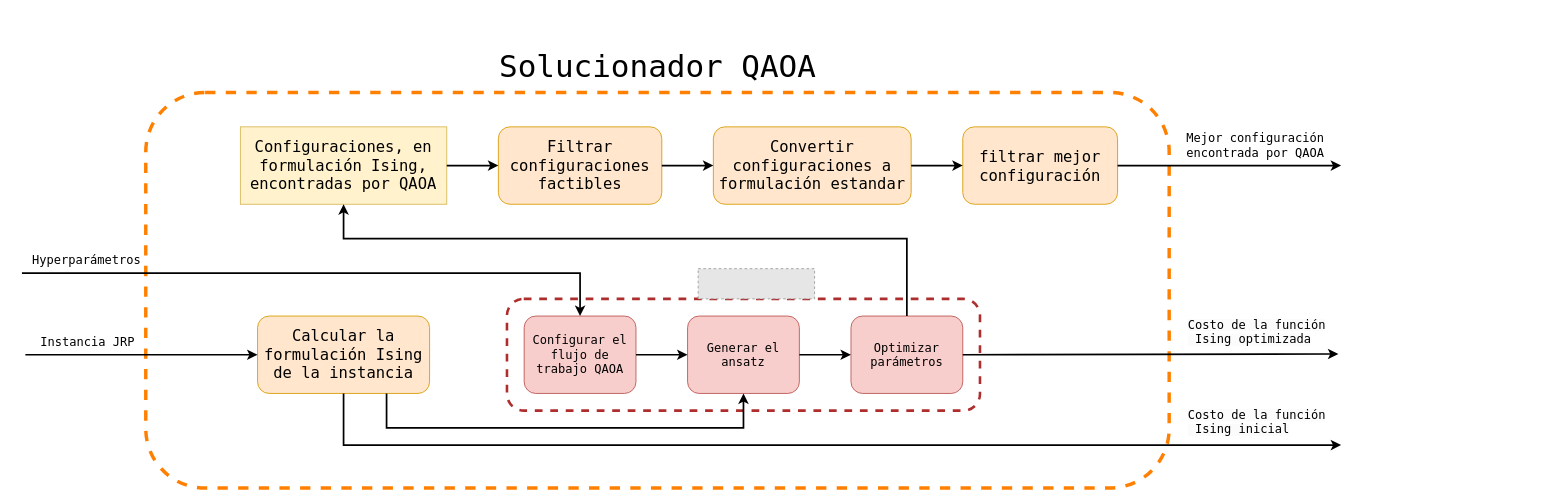
The draw.io diagram page "solucionadorQAOA" (7 of 12) of experiment_testQAOASolver/design/experiment_design.drawio in AdrianoLusso/QuantumComputing_for_JobReassignmentProblem, before the edit. Source tidied: cells renumbered, new cells numbered last; positions are measured from the earlier drawing's top-left corner, leaving out a move shared by most shapes. Both pictures are drawn from the tidied source at 86%, with x=0, y=0 at pixel (22, 40). Pictures stored in the file or linked from it are replaced by grey dashed boxes.
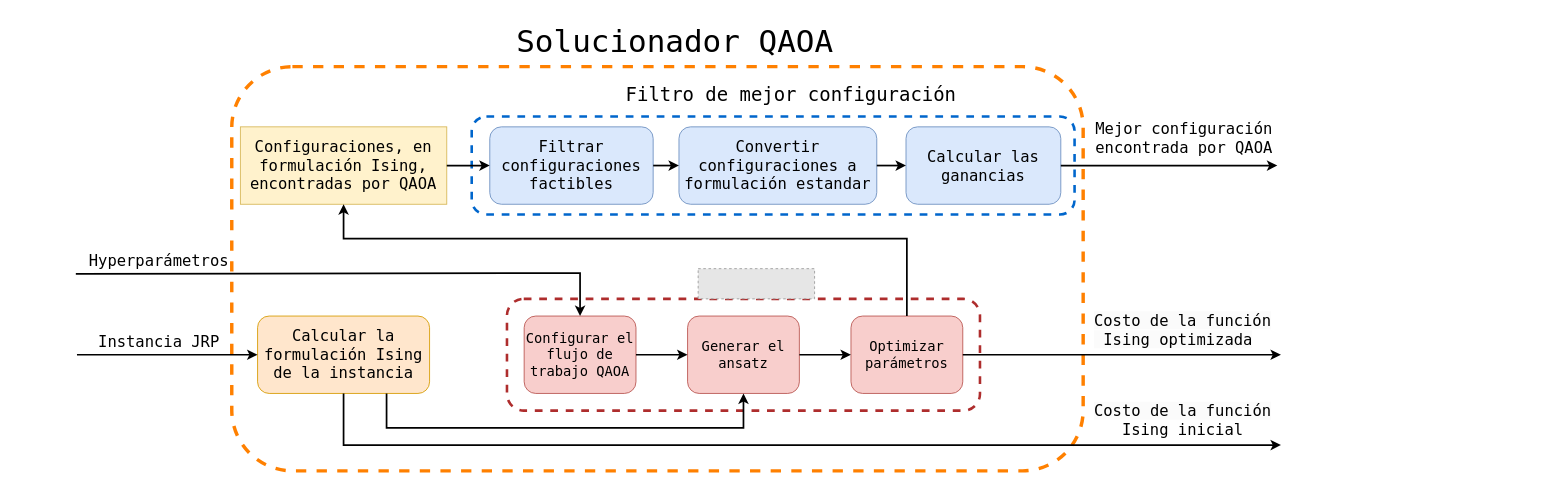
The same page after the edit.

The change refers to these unchanged cells:
```xml
<mxCell id="5" value="&lt;font style=&quot;font-size: 18px;&quot; face=&quot;Lucida Console&quot;&gt;Calcular la formulación Ising de la instancia&lt;/font&gt;" style="rounded=1;whiteSpace=wrap;html=1;fillColor=#ffe6cc;strokeColor=#d79b00;" parent="1" vertex="1">
  <mxGeometry x="274" y="320" width="200" height="90" as="geometry" />
</mxCell>
```

Change to the diagram source:
```diff
@@
+    <mxCell id="3" style="rounded=1;whiteSpace=wrap;html=1;fillColor=none;strokeColor=#FF8000;dashed=1;strokeWidth=4;" parent="1" vertex="1">
+      <mxGeometry x="244" y="30" width="990" height="470" as="geometry" />
+    </mxCell>
+    <mxCell id="31" style="rounded=1;whiteSpace=wrap;html=1;strokeWidth=3;fillColor=none;strokeColor=#0066CC;dashed=1;" parent="1" vertex="1">
+      <mxGeometry x="523" y="88" width="701" height="114" as="geometry" />
+    </mxCell>
@@
-    <mxCell id="3" style="rounded=1;whiteSpace=wrap;html=1;fillColor=none;strokeColor=#FF8000;dashed=1;strokeWidth=4;" parent="1" vertex="1">
-      <mxGeometry x="144" y="60" width="1190" height="460" as="geometry" />
-    </mxCell>
     <mxCell id="4" value="&lt;font face=&quot;Lucida Console&quot; style=&quot;font-size: 36px;&quot;&gt;Solucionador QAOA&lt;/font&gt;" style="text;html=1;align=center;verticalAlign=middle;strokeColor=none;fillColor=none;" parent="1" vertex="1">
-      <mxGeometry x="544" width="390" height="60" as="geometry" />
+      <mxGeometry x="564" y="-30" width="390" height="60" as="geometry" />
     </mxCell>
@@
-    <mxCell id="6" value="&lt;font style=&quot;font-size: 14px;&quot; face=&quot;Lucida Console&quot;&gt;Configurar el flujo de trabajo QAOA&lt;/font&gt;" style="rounded=1;whiteSpace=wrap;html=1;fillColor=#f8cecc;strokeColor=#b85450;" parent="1" vertex="1">
+    <mxCell id="6" value="&lt;font style=&quot;font-size: 16px;&quot; face=&quot;Lucida Console&quot;&gt;Configurar el flujo de trabajo QAOA&lt;/font&gt;" style="rounded=1;whiteSpace=wrap;html=1;fillColor=#f8cecc;strokeColor=#b85450;" parent="1" vertex="1">
       <mxGeometry x="584" y="320" width="130" height="90" as="geometry" />
     </mxCell>
-    <mxCell id="7" value="&lt;font face=&quot;Lucida Console&quot; style=&quot;font-size: 14px;&quot;&gt;Generar el ansatz&lt;/font&gt;" style="rounded=1;whiteSpace=wrap;html=1;fillColor=#f8cecc;strokeColor=#b85450;" parent="1" vertex="1">
+    <mxCell id="7" value="&lt;font face=&quot;Lucida Console&quot; style=&quot;font-size: 16px;&quot;&gt;Generar el ansatz&lt;/font&gt;" style="rounded=1;whiteSpace=wrap;html=1;fillColor=#f8cecc;strokeColor=#b85450;" parent="1" vertex="1">
       <mxGeometry x="774" y="320" width="130" height="90" as="geometry" />
     </mxCell>
@@
     <mxCell id="10" style="endArrow=classic;html=1;rounded=0;entryX=0;entryY=0.5;entryDx=0;entryDy=0;strokeWidth=2;" parent="1" edge="1" target="5">
       <mxGeometry relative="1" as="geometry">
-        <mxPoint x="4" y="365" as="sourcePoint" />
+        <mxPoint x="64" y="365" as="sourcePoint" />
       </mxGeometry>
     </mxCell>
-    <mxCell id="11" value="&lt;font face=&quot;Lucida Console&quot; style=&quot;font-size: 14px;&quot;&gt;Instancia JRP&lt;/font&gt;" style="text;html=1;align=center;verticalAlign=middle;strokeColor=none;fillColor=none;" parent="1" vertex="1">
-      <mxGeometry x="11" y="335" width="130" height="30" as="geometry" />
+    <mxCell id="11" value="&lt;font face=&quot;Lucida Console&quot; style=&quot;font-size: 18px;&quot;&gt;Instancia JRP&lt;/font&gt;" style="text;html=1;align=center;verticalAlign=middle;strokeColor=none;fillColor=none;" parent="1" vertex="1">
+      <mxGeometry x="79" y="330" width="160" height="40" as="geometry" />
     </mxCell>
-    <mxCell id="12" style="endArrow=classic;html=1;rounded=0;entryX=0.5;entryY=0;entryDx=0;entryDy=0;strokeWidth=2;exitX=0;exitY=1;exitDx=0;exitDy=0;exitPerimeter=0;" parent="1" edge="1" source="13" target="6">
+    <mxCell id="12" style="endArrow=classic;html=1;rounded=0;entryX=0.5;entryY=0;entryDx=0;entryDy=0;strokeWidth=2;exitX=-0.007;exitY=0.899;exitDx=0;exitDy=0;exitPerimeter=0;" parent="1" edge="1" source="13" target="6">
       <mxGeometry relative="1" as="geometry">
         <Array as="points">
           <mxPoint x="649" y="270" />
         </Array>
       </mxGeometry>
     </mxCell>
-    <mxCell id="13" value="&lt;font face=&quot;Lucida Console&quot; style=&quot;font-size: 14px;&quot;&gt;Hyperparámetros&lt;/font&gt;" style="text;html=1;align=center;verticalAlign=middle;points=[];strokeColor=none;fillColor=none;" parent="1" vertex="1">
-      <mxGeometry y="240" width="150" height="30" as="geometry" />
+    <mxCell id="13" value="&lt;font face=&quot;Lucida Console&quot; style=&quot;font-size: 18px;&quot;&gt;Hyperparámetros&lt;/font&gt;" style="text;html=1;align=center;verticalAlign=middle;points=[];strokeColor=none;fillColor=none;" parent="1" vertex="1">
+      <mxGeometry x="64" y="235" width="190" height="40" as="geometry" />
     </mxCell>
-    <mxCell id="14" value="&lt;font face=&quot;Lucida Console&quot;&gt;&lt;span style=&quot;font-size: 14px;&quot;&gt;Optimizar parámetros&lt;/span&gt;&lt;/font&gt;" style="rounded=1;whiteSpace=wrap;html=1;fillColor=#f8cecc;strokeColor=#b85450;" parent="1" vertex="1">
+    <mxCell id="14" value="&lt;font style=&quot;font-size: 16px;&quot; face=&quot;Lucida Console&quot;&gt;Optimizar parámetros&lt;/font&gt;" style="rounded=1;whiteSpace=wrap;html=1;fillColor=#f8cecc;strokeColor=#b85450;" parent="1" vertex="1">
       <mxGeometry x="964" y="320" width="130" height="90" as="geometry" />
     </mxCell>
@@
-    <mxCell id="18" value="&lt;font face=&quot;Lucida Console&quot;&gt;&lt;span style=&quot;font-size: 18px;&quot;&gt;Convertir configuraciones a formulación estandar&lt;/span&gt;&lt;/font&gt;" style="rounded=1;whiteSpace=wrap;html=1;fillColor=#ffe6cc;strokeColor=#d79b00;" parent="1" vertex="1">
-      <mxGeometry x="804" y="100" width="230" height="90" as="geometry" />
+    <mxCell id="18" value="&lt;font face=&quot;Lucida Console&quot;&gt;&lt;span style=&quot;font-size: 18px;&quot;&gt;Convertir configuraciones a formulación estandar&lt;/span&gt;&lt;/font&gt;" style="rounded=1;whiteSpace=wrap;html=1;fillColor=#dae8fc;strokeColor=#6c8ebf;" parent="1" vertex="1">
+      <mxGeometry x="764" y="100" width="230" height="90" as="geometry" />
     </mxCell>
-    <mxCell id="19" value="&lt;font face=&quot;Lucida Console&quot;&gt;&lt;span style=&quot;font-size: 18px;&quot;&gt;filtrar mejor configuración&lt;/span&gt;&lt;/font&gt;" style="rounded=1;whiteSpace=wrap;html=1;fillColor=#ffe6cc;strokeColor=#d79b00;" parent="1" vertex="1">
-      <mxGeometry x="1094" y="100" width="180" height="90" as="geometry" />
+    <mxCell id="19" value="&lt;font face=&quot;Lucida Console&quot;&gt;&lt;span style=&quot;font-size: 18px;&quot;&gt;Calcular las ganancias&lt;/span&gt;&lt;/font&gt;" style="rounded=1;whiteSpace=wrap;html=1;fillColor=#dae8fc;strokeColor=#6c8ebf;" parent="1" vertex="1">
+      <mxGeometry x="1028" y="100" width="180" height="90" as="geometry" />
     </mxCell>
     <mxCell id="20" style="endArrow=classic;html=1;rounded=0;exitX=0.5;exitY=1;exitDx=0;exitDy=0;strokeWidth=2;" parent="1" edge="1" source="5">
       <mxGeometry relative="1" as="geometry">
-        <mxPoint x="1534" y="470" as="targetPoint" />
+        <mxPoint x="1464" y="470" as="targetPoint" />
         <Array as="points">
           <mxPoint x="374" y="470" />
         </Array>
       </mxGeometry>
     </mxCell>
-    <mxCell id="21" style="endArrow=classic;html=1;rounded=0;exitX=1;exitY=0.5;exitDx=0;exitDy=0;strokeWidth=2;entryX=0.421;entryY=0.982;entryDx=0;entryDy=0;entryPerimeter=0;" parent="1" edge="1" source="14" target="22">
-      <mxGeometry relative="1" as="geometry" />
+    <mxCell id="21" style="endArrow=classic;html=1;rounded=0;exitX=1;exitY=0.5;exitDx=0;exitDy=0;strokeWidth=2;" parent="1" edge="1" source="14">
+      <mxGeometry relative="1" as="geometry">
+        <mxPoint x="1464" y="365" as="targetPoint" />
+      </mxGeometry>
     </mxCell>
-    <mxCell id="22" value="&lt;span style=&quot;color: rgb(0, 0, 0); font-family: &amp;quot;Lucida Console&amp;quot;; font-style: normal; font-variant-ligatures: normal; font-variant-caps: normal; font-weight: 400; letter-spacing: normal; orphans: 2; text-align: center; text-indent: 0px; text-transform: none; widows: 2; word-spacing: 0px; -webkit-text-stroke-width: 0px; white-space: normal; background-color: rgb(251, 251, 251); text-decoration-thickness: initial; text-decoration-style: initial; text-decoration-color: initial; float: none; display: inline !important;&quot;&gt;&lt;font style=&quot;font-size: 14px;&quot;&gt;Costo de la función&lt;/font&gt;&lt;/span&gt;&lt;div&gt;&lt;span style=&quot;color: rgb(0, 0, 0); font-family: &amp;quot;Lucida Console&amp;quot;; font-style: normal; font-variant-ligatures: normal; font-variant-caps: normal; font-weight: 400; letter-spacing: normal; orphans: 2; text-align: center; text-indent: 0px; text-transform: none; widows: 2; word-spacing: 0px; -webkit-text-stroke-width: 0px; white-space: normal; background-color: rgb(251, 251, 251); text-decoration-thickness: initial; text-decoration-style: initial; text-decoration-color: initial; float: none; display: inline !important;&quot;&gt;&lt;font style=&quot;font-size: 14px;&quot;&gt;&amp;nbsp;Ising optimizada&lt;/font&gt;&lt;/span&gt;&lt;/div&gt;" style="text;whiteSpace=wrap;html=1;" parent="1" vertex="1">
-      <mxGeometry x="1354" y="315" width="420" height="50" as="geometry" />
+    <mxCell id="22" value="&lt;span style=&quot;color: rgb(0, 0, 0); font-family: &amp;quot;Lucida Console&amp;quot;; font-style: normal; font-variant-ligatures: normal; font-variant-caps: normal; font-weight: 400; letter-spacing: normal; orphans: 2; text-align: center; text-indent: 0px; text-transform: none; widows: 2; word-spacing: 0px; -webkit-text-stroke-width: 0px; white-space: normal; background-color: rgb(251, 251, 251); text-decoration-thickness: initial; text-decoration-style: initial; text-decoration-color: initial; float: none; display: inline !important; font-size: 18px;&quot;&gt;&lt;font style=&quot;font-size: 18px;&quot;&gt;Costo de la función&lt;/font&gt;&lt;/span&gt;&lt;div style=&quot;font-size: 18px;&quot;&gt;&lt;span style=&quot;color: rgb(0, 0, 0); font-family: &amp;quot;Lucida Console&amp;quot;; font-style: normal; font-variant-ligatures: normal; font-variant-caps: normal; font-weight: 400; letter-spacing: normal; orphans: 2; text-align: center; text-indent: 0px; text-transform: none; widows: 2; word-spacing: 0px; -webkit-text-stroke-width: 0px; white-space: normal; background-color: rgb(251, 251, 251); text-decoration-thickness: initial; text-decoration-style: initial; text-decoration-color: initial; float: none; display: inline !important;&quot;&gt;&lt;font style=&quot;font-size: 18px;&quot;&gt;&amp;nbsp;Ising optimizada&lt;/font&gt;&lt;/span&gt;&lt;/div&gt;" style="text;whiteSpace=wrap;html=1;" parent="1" vertex="1">
+      <mxGeometry x="1245" y="308" width="420" height="50" as="geometry" />
     </mxCell>
-    <mxCell id="23" value="&lt;span style=&quot;color: rgb(0, 0, 0); font-family: &amp;quot;Lucida Console&amp;quot;; font-style: normal; font-variant-ligatures: normal; font-variant-caps: normal; font-weight: 400; letter-spacing: normal; orphans: 2; text-align: center; text-indent: 0px; text-transform: none; widows: 2; word-spacing: 0px; -webkit-text-stroke-width: 0px; white-space: normal; background-color: rgb(251, 251, 251); text-decoration-thickness: initial; text-decoration-style: initial; text-decoration-color: initial; float: none; display: inline !important;&quot;&gt;&lt;font style=&quot;font-size: 14px;&quot;&gt;Costo de la función&lt;/font&gt;&lt;/span&gt;&lt;div&gt;&lt;span style=&quot;color: rgb(0, 0, 0); font-family: &amp;quot;Lucida Console&amp;quot;; font-style: normal; font-variant-ligatures: normal; font-variant-caps: normal; font-weight: 400; letter-spacing: normal; orphans: 2; text-align: center; text-indent: 0px; text-transform: none; widows: 2; word-spacing: 0px; -webkit-text-stroke-width: 0px; white-space: normal; background-color: rgb(251, 251, 251); text-decoration-thickness: initial; text-decoration-style: initial; text-decoration-color: initial; float: none; display: inline !important;&quot;&gt;&lt;font style=&quot;font-size: 14px;&quot;&gt;&amp;nbsp;Ising inicial&lt;/font&gt;&lt;/span&gt;&lt;/div&gt;" style="text;whiteSpace=wrap;html=1;" parent="1" vertex="1">
-      <mxGeometry x="1354" y="420" width="420" height="50" as="geometry" />
+    <mxCell id="23" value="&lt;span style=&quot;color: rgb(0, 0, 0); font-family: &amp;quot;Lucida Console&amp;quot;; font-style: normal; font-variant-ligatures: normal; font-variant-caps: normal; font-weight: 400; letter-spacing: normal; orphans: 2; text-indent: 0px; text-transform: none; widows: 2; word-spacing: 0px; -webkit-text-stroke-width: 0px; white-space: normal; background-color: rgb(251, 251, 251); text-decoration-thickness: initial; text-decoration-style: initial; text-decoration-color: initial; float: none; font-size: 18px; display: inline !important;&quot;&gt;&lt;font style=&quot;font-size: 18px;&quot;&gt;Costo de la función&lt;/font&gt;&lt;/span&gt;&lt;div&gt;&lt;span style=&quot;font-size: 18px; font-family: &amp;quot;Lucida Console&amp;quot;;&quot;&gt;Ising inicial&lt;/span&gt;&lt;/div&gt;" style="text;whiteSpace=wrap;html=1;align=center;" parent="1" vertex="1">
+      <mxGeometry x="1210" y="413" width="280" height="50" as="geometry" />
     </mxCell>
-    <mxCell id="24" value="&lt;font face=&quot;Lucida Console&quot; style=&quot;font-size: 14px;&quot;&gt;Mejor configuración&lt;/font&gt;&lt;div style=&quot;font-size: 14px;&quot;&gt;&lt;font face=&quot;Lucida Console&quot; style=&quot;font-size: 14px;&quot;&gt;encontrada por QAOA&lt;/font&gt;&lt;/div&gt;" style="text;html=1;align=center;verticalAlign=middle;points=[];strokeColor=none;fillColor=none;" parent="1" vertex="1">
-      <mxGeometry x="1344" y="96" width="180" height="50" as="geometry" />
+    <mxCell id="24" value="&lt;font face=&quot;Lucida Console&quot; style=&quot;font-size: 18px;&quot;&gt;Mejor configuración&lt;/font&gt;&lt;div style=&quot;font-size: 18px;&quot;&gt;&lt;font face=&quot;Lucida Console&quot; style=&quot;font-size: 18px;&quot;&gt;encontrada por QAOA&lt;/font&gt;&lt;/div&gt;" style="text;html=1;align=center;verticalAlign=middle;points=[];strokeColor=none;fillColor=none;" parent="1" vertex="1">
+      <mxGeometry x="1236" y="84" width="230" height="60" as="geometry" />
     </mxCell>
-    <mxCell id="25" style="endArrow=classic;html=1;rounded=0;exitX=1;exitY=0.5;exitDx=0;exitDy=0;strokeWidth=2;" parent="1" edge="1" source="19">
-      <mxGeometry relative="1" as="geometry">
-        <mxPoint x="1534" y="145" as="targetPoint" />
-      </mxGeometry>
+    <mxCell id="25" style="endArrow=classic;html=1;rounded=0;exitX=1;exitY=0.5;exitDx=0;exitDy=0;strokeWidth=2;entryX=0.973;entryY=1.017;entryDx=0;entryDy=0;entryPerimeter=0;" parent="1" edge="1" source="19" target="24">
+      <mxGeometry relative="1" as="geometry" />
     </mxCell>
@@
-    <mxCell id="27" value="&lt;font face=&quot;Lucida Console&quot;&gt;&lt;span style=&quot;font-size: 18px;&quot;&gt;Filtrar configuraciones factibles&lt;/span&gt;&lt;/font&gt;" style="rounded=1;whiteSpace=wrap;html=1;fillColor=#ffe6cc;strokeColor=#d79b00;" parent="1" vertex="1">
-      <mxGeometry x="554" y="100" width="190" height="90" as="geometry" />
+    <mxCell id="27" value="&lt;font face=&quot;Lucida Console&quot;&gt;&lt;span style=&quot;font-size: 18px;&quot;&gt;Filtrar configuraciones factibles&lt;/span&gt;&lt;/font&gt;" style="rounded=1;whiteSpace=wrap;html=1;fillColor=#dae8fc;strokeColor=#6c8ebf;" parent="1" vertex="1">
+      <mxGeometry x="544" y="100" width="190" height="90" as="geometry" />
     </mxCell>
@@
+    <mxCell id="32" value="&lt;font face=&quot;Lucida Console&quot;&gt;&lt;span style=&quot;font-size: 22px;&quot;&gt;Filtro de mejor configuración&lt;/span&gt;&lt;/font&gt;" style="text;html=1;align=center;verticalAlign=middle;strokeColor=none;fillColor=none;" parent="1" vertex="1">
+      <mxGeometry x="689" y="44" width="410" height="40" as="geometry" />
+    </mxCell>
```
